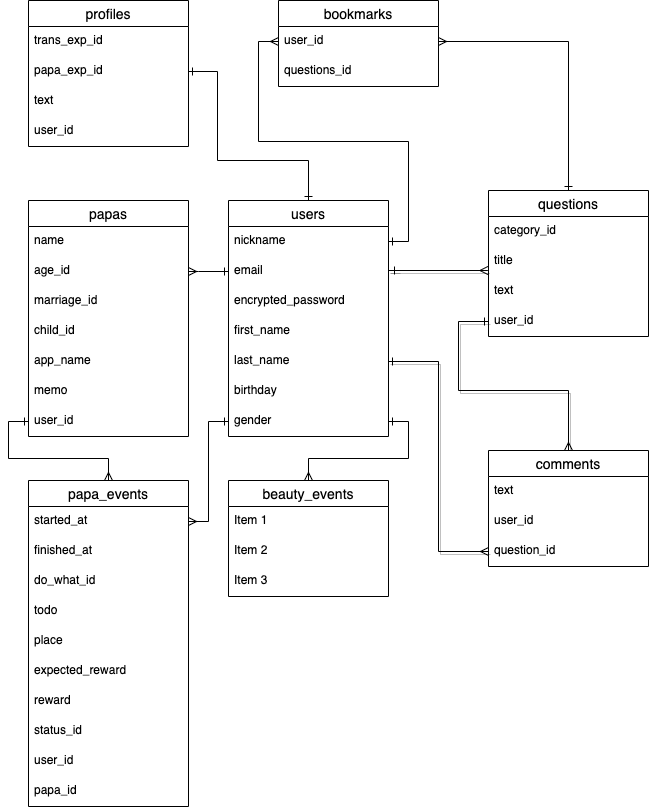
Above: ER.drawio.png in Chukoto/wyvez-test (draw.io), before the change. Source tidied: cells renumbered, new cells last; positions are measured from the earlier drawing's top-left corner, leaving out a move shared by most shapes.
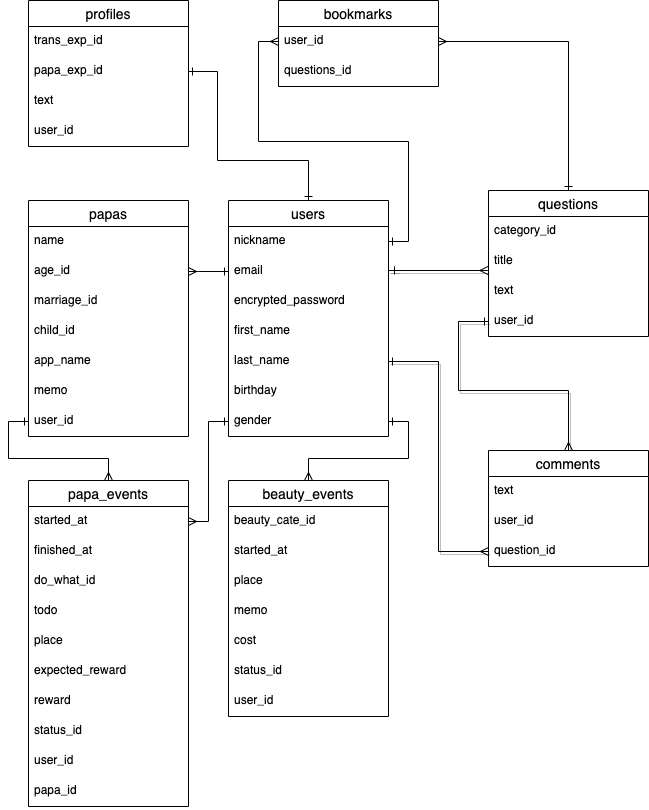
After the change.

Commit message:
ER図、ReadMeにbeauty_eventsテーブル追記

Diff of the diagram source:
```diff
@@ -197,16 +197,28 @@
       <mxGeometry relative="1" as="geometry" />
     </mxCell>
     <mxCell id="56" value="beauty_events" style="swimlane;fontStyle=0;horizontal=1;startSize=26;align=center;fontSize=14;" parent="1" vertex="1">
-      <mxGeometry x="200" y="480" width="160" height="116" as="geometry" />
+      <mxGeometry x="200" y="480" width="160" height="236" as="geometry" />
     </mxCell>
+    <mxCell id="59" value="beauty_cate_id" style="text;strokeColor=none;fillColor=none;spacingLeft=4;spacingRight=4;overflow=hidden;fontSize=12;" parent="56" vertex="1">
+      <mxGeometry y="26" width="160" height="30" as="geometry" />
+    </mxCell>
-    <mxCell id="57" value="Item 1" style="text;strokeColor=none;fillColor=none;spacingLeft=4;spacingRight=4;overflow=hidden;fontSize=12;" parent="56" vertex="1">
-      <mxGeometry y="26" width="160" height="30" as="geometry" />
+    <mxCell id="57" value="started_at" style="text;strokeColor=none;fillColor=none;spacingLeft=4;spacingRight=4;overflow=hidden;fontSize=12;" parent="56" vertex="1">
+      <mxGeometry y="56" width="160" height="30" as="geometry" />
     </mxCell>
-    <mxCell id="58" value="Item 2" style="text;strokeColor=none;fillColor=none;spacingLeft=4;spacingRight=4;overflow=hidden;fontSize=12;" parent="56" vertex="1">
-      <mxGeometry y="56" width="160" height="30" as="geometry" />
-    </mxCell>
-    <mxCell id="59" value="Item 3" style="text;strokeColor=none;fillColor=none;spacingLeft=4;spacingRight=4;overflow=hidden;fontSize=12;" parent="56" vertex="1">
-      <mxGeometry y="86" width="160" height="30" as="geometry" />
-    </mxCell>
+    <mxCell id="60" value="place" style="text;strokeColor=none;fillColor=none;spacingLeft=4;spacingRight=4;overflow=hidden;fontSize=12;" parent="56" vertex="1">
+      <mxGeometry y="86" width="160" height="30" as="geometry" />
+    </mxCell>
+    <mxCell id="61" value="memo" style="text;strokeColor=none;fillColor=none;spacingLeft=4;spacingRight=4;overflow=hidden;fontSize=12;" parent="56" vertex="1">
+      <mxGeometry y="116" width="160" height="30" as="geometry" />
+    </mxCell>
+    <mxCell id="62" value="cost" style="text;strokeColor=none;fillColor=none;spacingLeft=4;spacingRight=4;overflow=hidden;fontSize=12;" parent="56" vertex="1">
+      <mxGeometry y="146" width="160" height="30" as="geometry" />
+    </mxCell>
+    <mxCell id="63" value="status_id" style="text;strokeColor=none;fillColor=none;spacingLeft=4;spacingRight=4;overflow=hidden;fontSize=12;" parent="56" vertex="1">
+      <mxGeometry y="176" width="160" height="30" as="geometry" />
+    </mxCell>
+    <mxCell id="64" value="user_id" style="text;strokeColor=none;fillColor=none;spacingLeft=4;spacingRight=4;overflow=hidden;fontSize=12;" parent="56" vertex="1">
+      <mxGeometry y="206" width="160" height="30" as="geometry" />
+    </mxCell>
   </root>
 </mxGraphModel>
```
